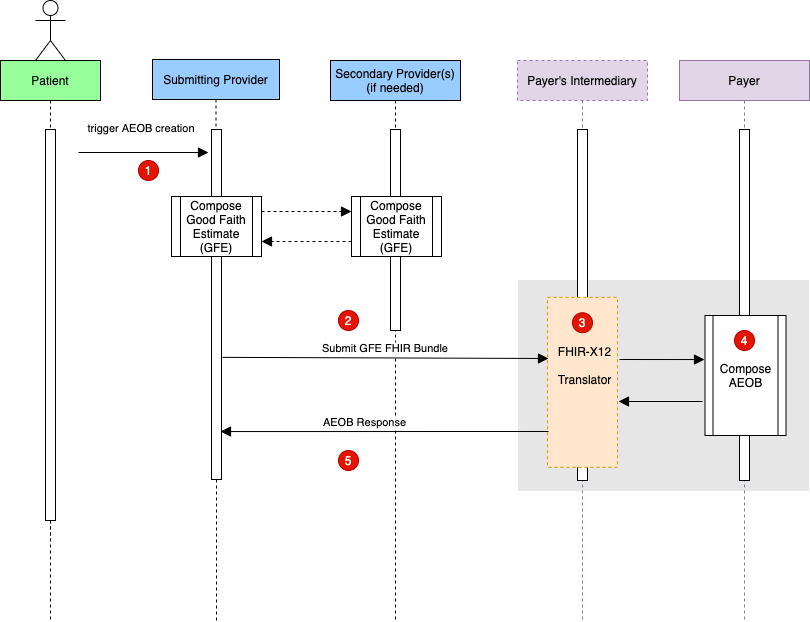
The draw.io diagram input/images/SubmitAEOB.drawio.png in HL7/davinci-pct, before a commit. Source tidied: cells renumbered, new cells last; positions are measured from the earlier drawing's top-left corner, leaving out a move shared by most shapes.
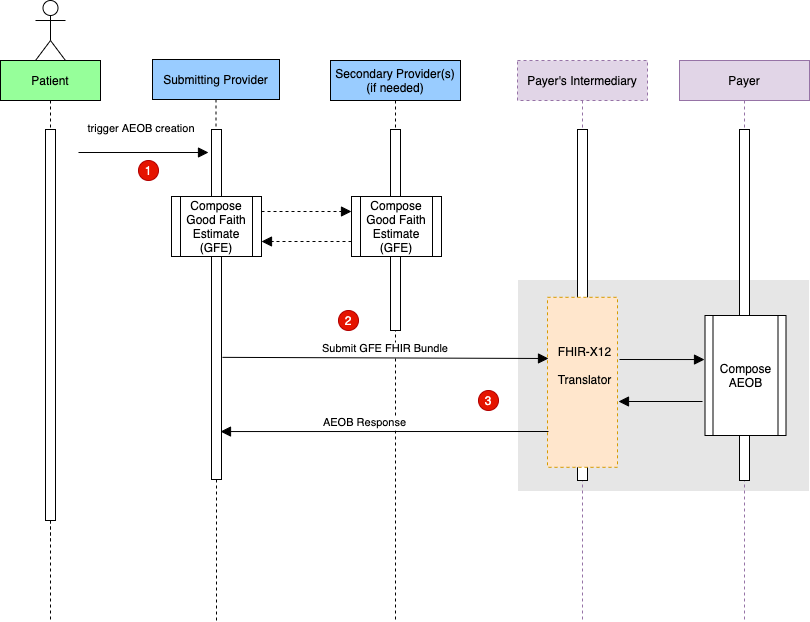
Later version of the same file.

Commit message:
updated use case page

The edit, as a diff of the source:
```diff
@@ -85,15 +85,9 @@
     <mxCell id="25" value="&lt;font style=&quot;font-size: 12px ; font-weight: normal&quot;&gt;FHIR-X12&lt;br&gt;Translator&lt;/font&gt;" style="text;strokeColor=none;fillColor=none;html=1;fontSize=24;fontStyle=1;verticalAlign=middle;align=center;" parent="23" vertex="1">
       <mxGeometry y="32.2" width="70" height="56.7" as="geometry" />
     </mxCell>
-    <mxCell id="26" value="3" style="ellipse;whiteSpace=wrap;html=1;fillColor=#e51400;strokeColor=#B20000;fontColor=#ffffff;" parent="23" vertex="1">
-      <mxGeometry x="23" y="12.2" width="20" height="20" as="geometry" />
-    </mxCell>
     <mxCell id="27" value="Compose AEOB" style="shape=process;whiteSpace=wrap;html=1;backgroundOutline=1;" parent="1" vertex="1">
       <mxGeometry x="704.5" y="315" width="81" height="120" as="geometry" />
     </mxCell>
-    <mxCell id="28" value="4" style="ellipse;whiteSpace=wrap;html=1;fillColor=#e51400;strokeColor=#B20000;fontColor=#ffffff;" parent="1" vertex="1">
-      <mxGeometry x="734" y="330" width="20" height="20" as="geometry" />
-    </mxCell>
     <mxCell id="29" value=" AEOB Response" style="verticalAlign=bottom;endArrow=block;endSize=8;shadow=0;strokeWidth=1;endFill=1;entryX=0.9;entryY=0.863;entryDx=0;entryDy=0;entryPerimeter=0;" parent="1" edge="1" target="5">
       <mxGeometry x="0.13" relative="1" as="geometry">
         <mxPoint x="548" y="431" as="sourcePoint" />
@@ -115,8 +109,8 @@
         <mxPoint x="618" y="401" as="targetPoint" />
       </mxGeometry>
     </mxCell>
-    <mxCell id="33" value="5" style="ellipse;whiteSpace=wrap;html=1;fillColor=#e51400;strokeColor=#B20000;fontColor=#ffffff;" parent="1" vertex="1">
-      <mxGeometry x="338" y="450" width="20" height="20" as="geometry" />
-    </mxCell>
+    <mxCell id="26" value="3" style="ellipse;whiteSpace=wrap;html=1;fillColor=#e51400;strokeColor=#B20000;fontColor=#ffffff;" parent="1" vertex="1">
+      <mxGeometry x="478" y="390" width="20" height="20" as="geometry" />
+    </mxCell>
   </root>
 </mxGraphModel>
```
